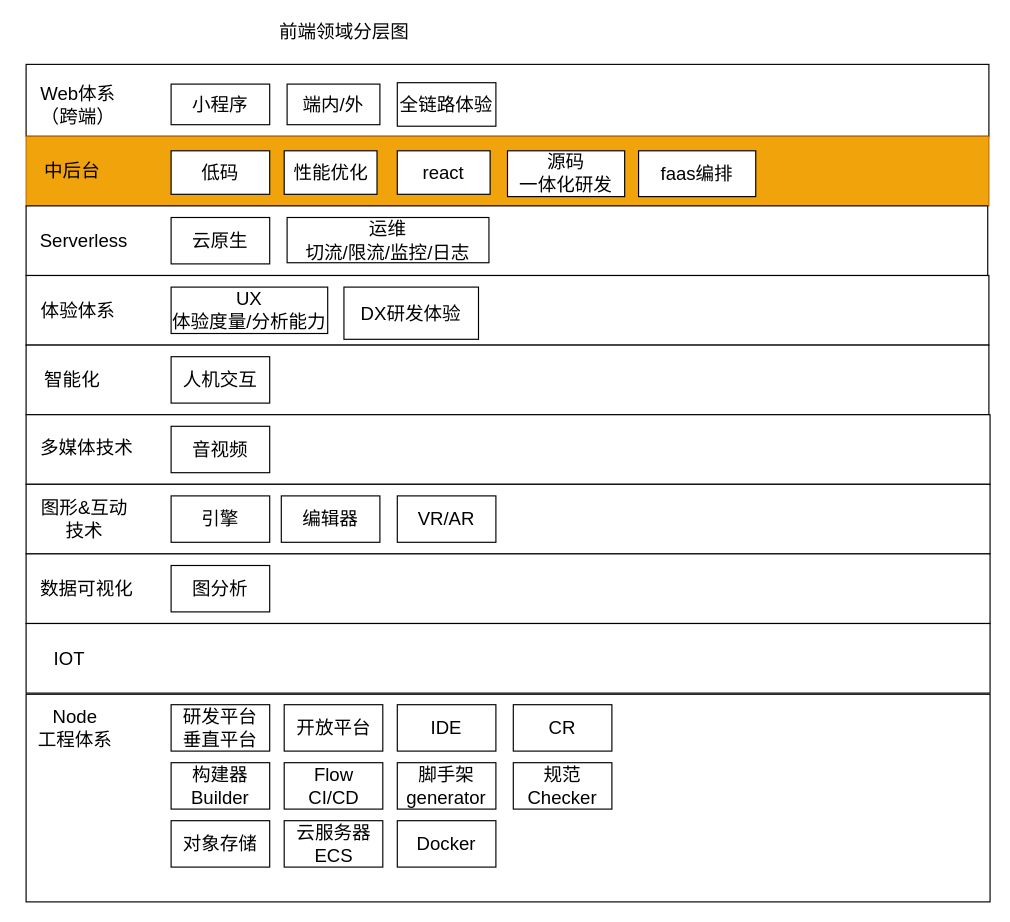
XingMXTeam/maoxunxing.com keeps this draw.io diagram as content/posts/personal-grow/tech-model.drawio. Above is the earlier version. Source tidied: cells renumbered, new cells numbered last; positions are measured from the earlier drawing's top-left corner, leaving out a move shared by most shapes. Both pictures are drawn from the tidied source at 116%, with x=0, y=0 at pixel (20, 20).
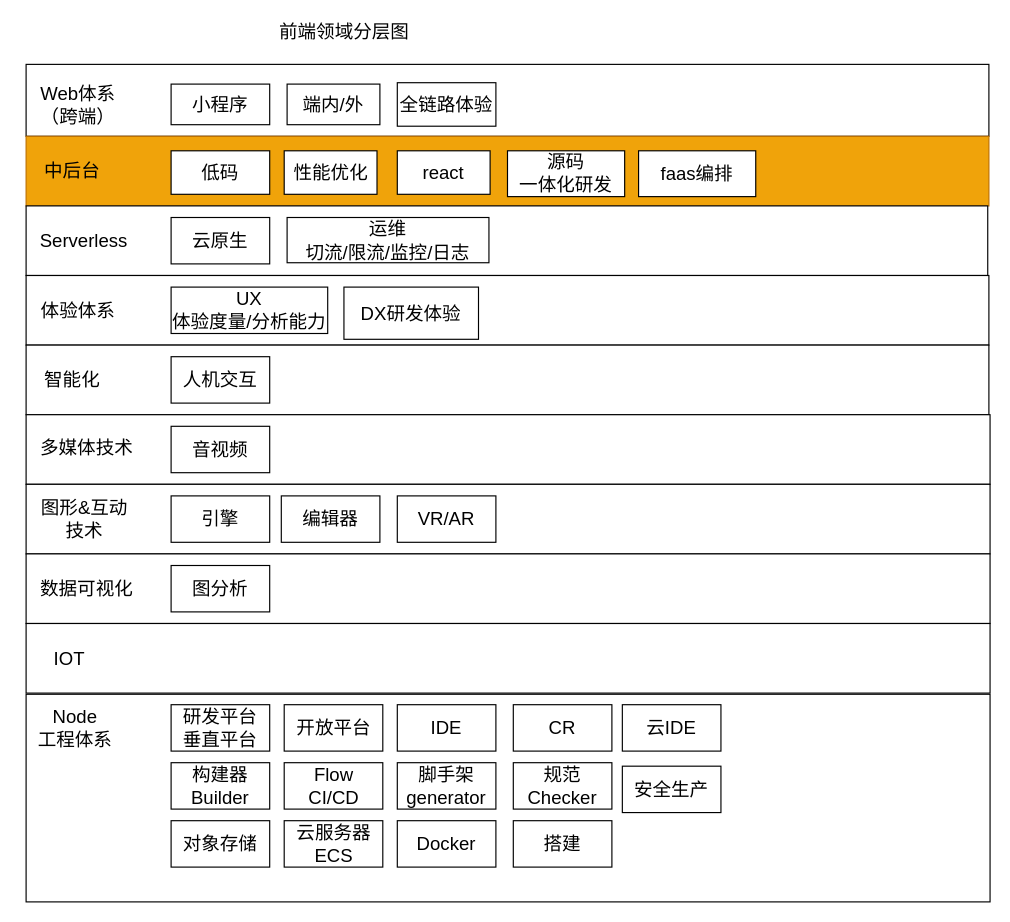
Above is the later version.

Change to the diagram source:
```diff
@@
+    <mxCell id="52" value="搭建" style="rounded=0;whiteSpace=wrap;html=1;fontSize=16;" parent="1" vertex="1">
+      <mxGeometry x="425" y="690" width="85" height="40" as="geometry" />
+    </mxCell>
+    <mxCell id="53" value="云IDE" style="rounded=0;whiteSpace=wrap;html=1;fontSize=16;" parent="1" vertex="1">
+      <mxGeometry x="519" y="590" width="85" height="40" as="geometry" />
+    </mxCell>
+    <mxCell id="54" value="安全生产" style="rounded=0;whiteSpace=wrap;html=1;fontSize=16;" parent="1" vertex="1">
+      <mxGeometry x="519" y="643" width="85" height="40" as="geometry" />
+    </mxCell>
```
